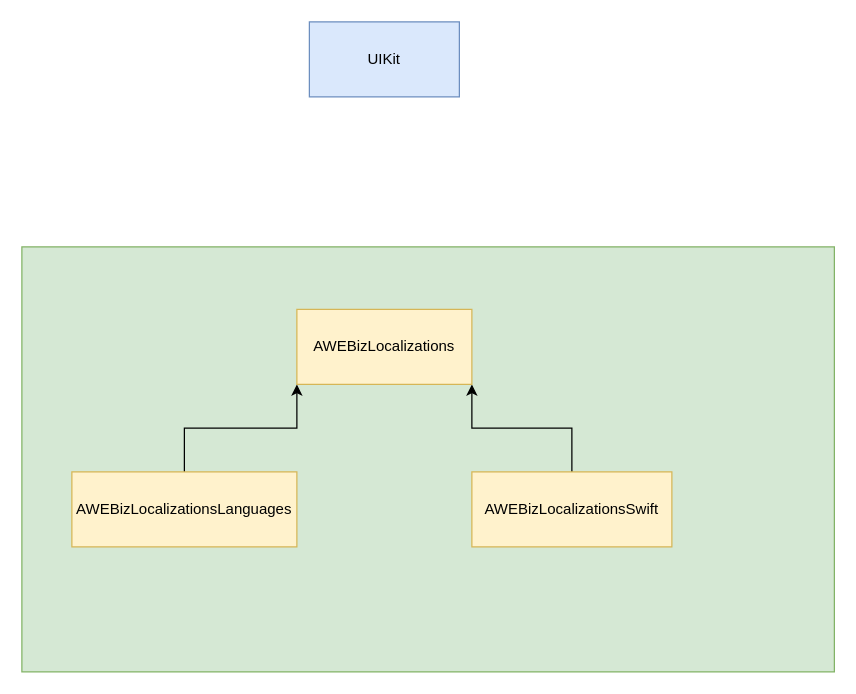
Earlier version of the draw.io diagram page "Page-2" (2 of 2) of awelocalizations.drawio (desertslin/graph). Source tidied: cells renumbered, new cells numbered last; positions are measured from the earlier drawing's top-left corner, leaving out a move shared by most shapes. Both pictures are drawn from the tidied source at 125%, with x=0, y=0 at pixel (21, 21).
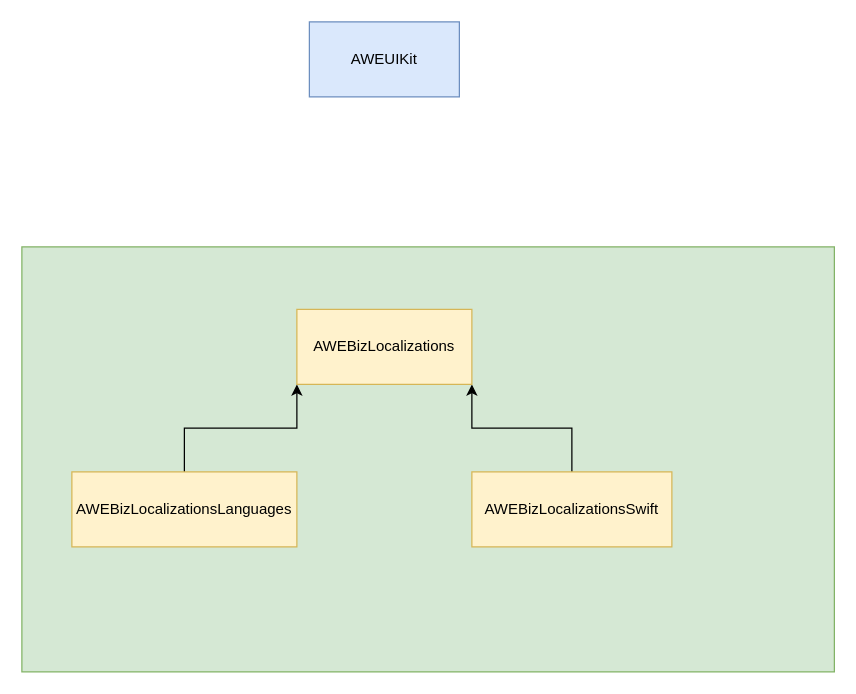
Above is the later version.

Change to the diagram source:
```diff
@@
 <mxGraphModel>
   <root>
     <mxCell id="0" />
     <mxCell id="1" parent="0" />
     <mxCell id="2" style="rounded=0;whiteSpace=wrap;html=1;fillColor=#d5e8d4;strokeColor=#82b366;" parent="1" vertex="1">
       <mxGeometry y="180" width="650" height="340" as="geometry" />
     </mxCell>
     <mxCell id="3" style="edgeStyle=orthogonalEdgeStyle;rounded=0;jettySize=auto;html=1;exitX=0.5;exitY=0;exitDx=0;exitDy=0;entryX=0;entryY=1;entryDx=0;entryDy=0;" parent="1" edge="1" source="4" target="7">
       <mxGeometry relative="1" as="geometry" />
     </mxCell>
     <mxCell id="4" value="AWEBizLocalizationsLanguages" style="rounded=0;whiteSpace=wrap;html=1;fillColor=#fff2cc;strokeColor=#d6b656;" parent="1" vertex="1">
       <mxGeometry x="40" y="360" width="180" height="60" as="geometry" />
     </mxCell>
     <mxCell id="5" style="edgeStyle=orthogonalEdgeStyle;rounded=0;jettySize=auto;html=1;exitX=0.5;exitY=0;exitDx=0;exitDy=0;entryX=1;entryY=1;entryDx=0;entryDy=0;" parent="1" edge="1" source="6" target="7">
       <mxGeometry relative="1" as="geometry" />
     </mxCell>
     <mxCell id="6" value="AWEBizLocalizationsSwift" style="rounded=0;whiteSpace=wrap;html=1;fillColor=#fff2cc;strokeColor=#d6b656;" parent="1" vertex="1">
       <mxGeometry x="360" y="360" width="160" height="60" as="geometry" />
     </mxCell>
     <mxCell id="7" value="AWEBizLocalizations" style="rounded=0;whiteSpace=wrap;html=1;fillColor=#fff2cc;strokeColor=#d6b656;" parent="1" vertex="1">
       <mxGeometry x="220" y="230" width="140" height="60" as="geometry" />
     </mxCell>
-    <mxCell id="8" value="UIKit" style="rounded=0;whiteSpace=wrap;html=1;fillColor=#dae8fc;strokeColor=#6c8ebf;" parent="1" vertex="1">
+    <mxCell id="8" value="AWEUIKit" style="rounded=0;whiteSpace=wrap;html=1;fillColor=#dae8fc;strokeColor=#6c8ebf;" parent="1" vertex="1">
       <mxGeometry x="230" width="120" height="60" as="geometry" />
     </mxCell>
   </root>
 </mxGraphModel>
```
